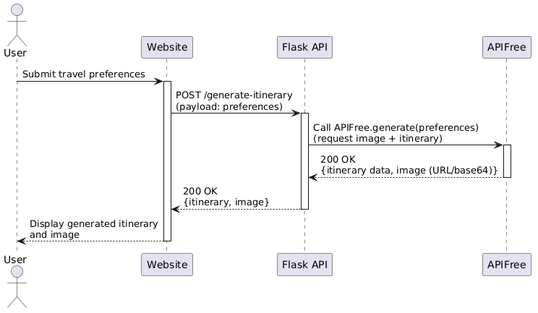
Above: Task1/artifacts/uml/sequence_diagram.png in EasonYang0618/travel-planner-generator (PlantUML), before the change. Source of this version:
```plantuml
@startuml
actor User
participant "Website" as Website
participant "Flask API" as FlaskAPI
participant "APIFree" as APIFree

User -> Website: Submit travel preferences
activate Website

Website -> FlaskAPI: POST /generate-itinerary\n(payload: preferences)
activate FlaskAPI

FlaskAPI -> APIFree: Call APIFree.generate(preferences)\n(request image + itinerary)
activate APIFree

APIFree --> FlaskAPI: 200 OK\n{itinerary data, image (URL/base64)}
deactivate APIFree

FlaskAPI --> Website: 200 OK\n{itinerary, image}
deactivate FlaskAPI

Website --> User: Display generated itinerary\nand image
deactivate Website
@enduml
```
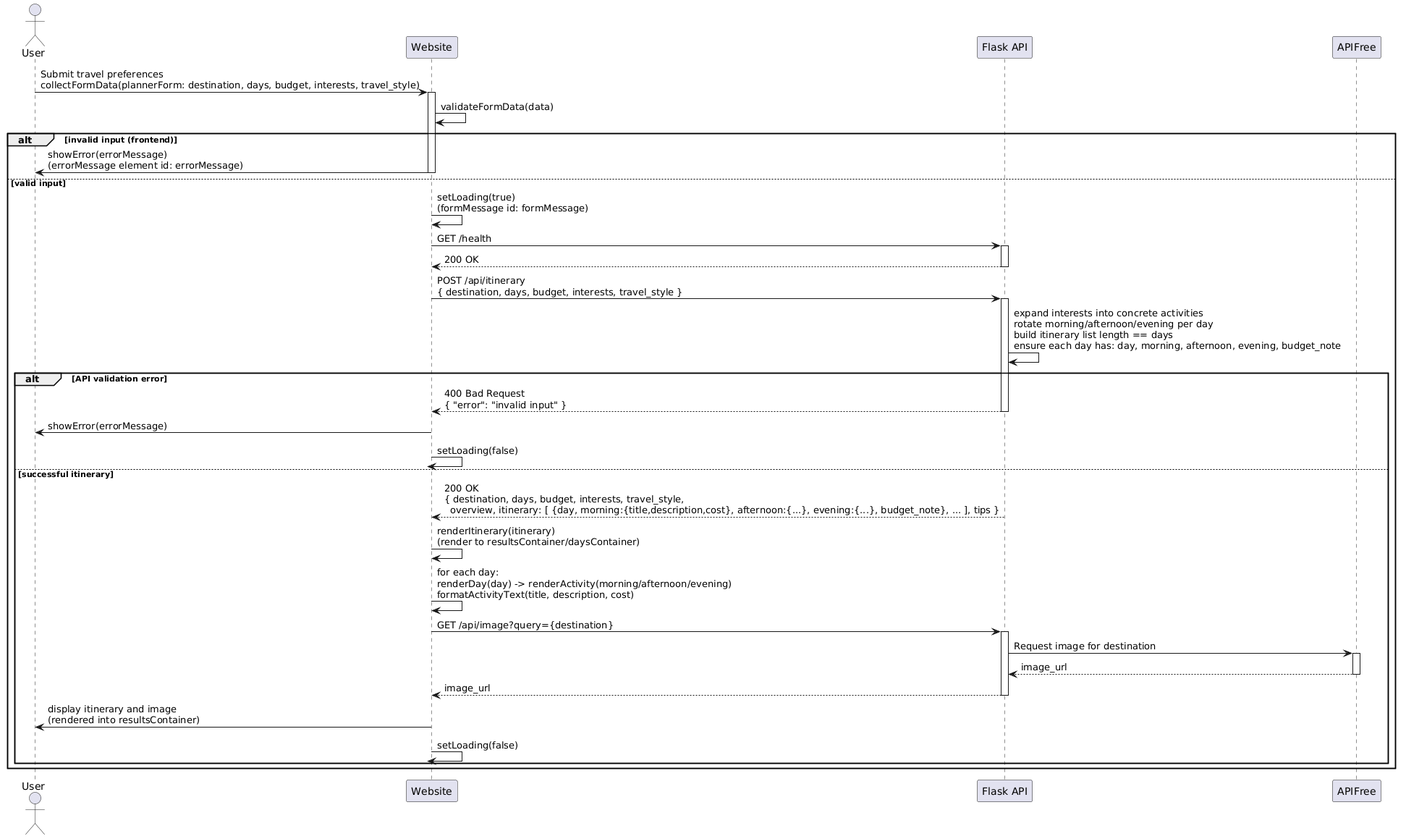
Later version of the same file.

Diff of the diagram source:
```diff
@@ -1,24 +1,51 @@
 @startuml
 actor User
-participant "Website" as Website
-participant "Flask API" as FlaskAPI
-participant "APIFree" as APIFree
+participant Website
+participant "Flask API" as API
+participant APIFree
 
-User -> Website: Submit travel preferences
+User -> Website : Submit travel preferences\ncollectFormData(plannerForm: destination, days, budget, interests, travel_style)
 activate Website
 
-Website -> FlaskAPI: POST /generate-itinerary\n(payload: preferences)
-activate FlaskAPI
+Website -> Website : validateFormData(data)
+alt invalid input (frontend)
+  Website -> User : showError(errorMessage)\n(errorMessage element id: errorMessage)
+  deactivate Website
+else valid input
+  Website -> Website : setLoading(true)\n(formMessage id: formMessage)
+  Website -> API : GET /health
+  activate API
+  API --> Website : 200 OK
+  deactivate API
 
-FlaskAPI -> APIFree: Call APIFree.generate(preferences)\n(request image + itinerary)
-activate APIFree
+  Website -> API : POST /api/itinerary\n{ destination, days, budget, interests, travel_style }
+  activate API
+  API -> API : expand interests into concrete activities\nrotate morning/afternoon/evening per day\nbuild itinerary list length == days\nensure each day has: day, morning, afternoon, evening, budget_note
+  alt API validation error
+    API --> Website : 400 Bad Request\n{ "error": "invalid input" }
+    deactivate API
 
-APIFree --> FlaskAPI: 200 OK\n{itinerary data, image (URL/base64)}
-deactivate APIFree
+    Website -> User : showError(errorMessage)
+    Website -> Website : setLoading(false)
+    deactivate Website
+  else successful itinerary
+    API --> Website : 200 OK\n{ destination, days, budget, interests, travel_style,\n  overview, itinerary: [ {day, morning:{title,description,cost}, afternoon:{...}, evening:{...}, budget_note}, ... ], tips }
+    deactivate API
 
-FlaskAPI --> Website: 200 OK\n{itinerary, image}
-deactivate FlaskAPI
+    Website -> Website : renderItinerary(itinerary)\n(render to resultsContainer/daysContainer)
+    Website -> Website : for each day:\nrenderDay(day) -> renderActivity(morning/afternoon/evening)\nformatActivityText(title, description, cost)
+    Website -> API : GET /api/image?query={destination}
+    activate API
+    API -> APIFree : Request image for destination
+    activate APIFree
+    APIFree --> API : image_url
+    deactivate APIFree
+    API --> Website : image_url
+    deactivate API
 
-Website --> User: Display generated itinerary\nand image
-deactivate Website
+    Website -> User : display itinerary and image\n(rendered into resultsContainer)
+    Website -> Website : setLoading(false)
+    deactivate Website
+  end
+end
 @enduml
```
